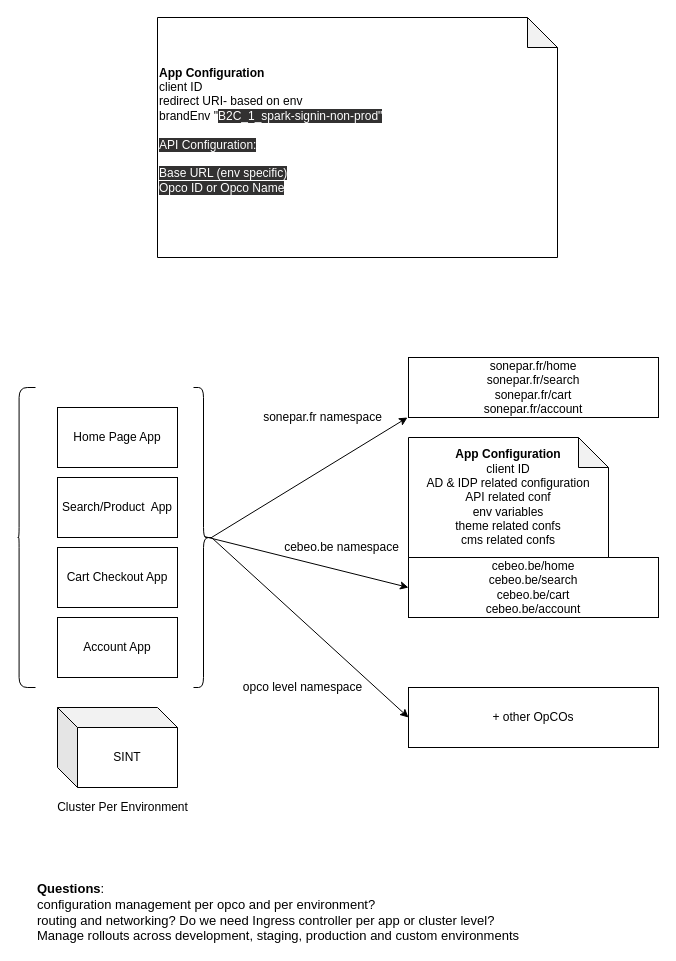
The draw.io diagram micro-fe.drawio in anoop-gupt/diagrams, before the edit. Source tidied: cells renumbered, new cells numbered last; positions are measured from the earlier drawing's top-left corner, leaving out a move shared by most shapes. Both pictures are drawn from the tidied source at 100%, with x=0, y=0 at pixel (17, 17).
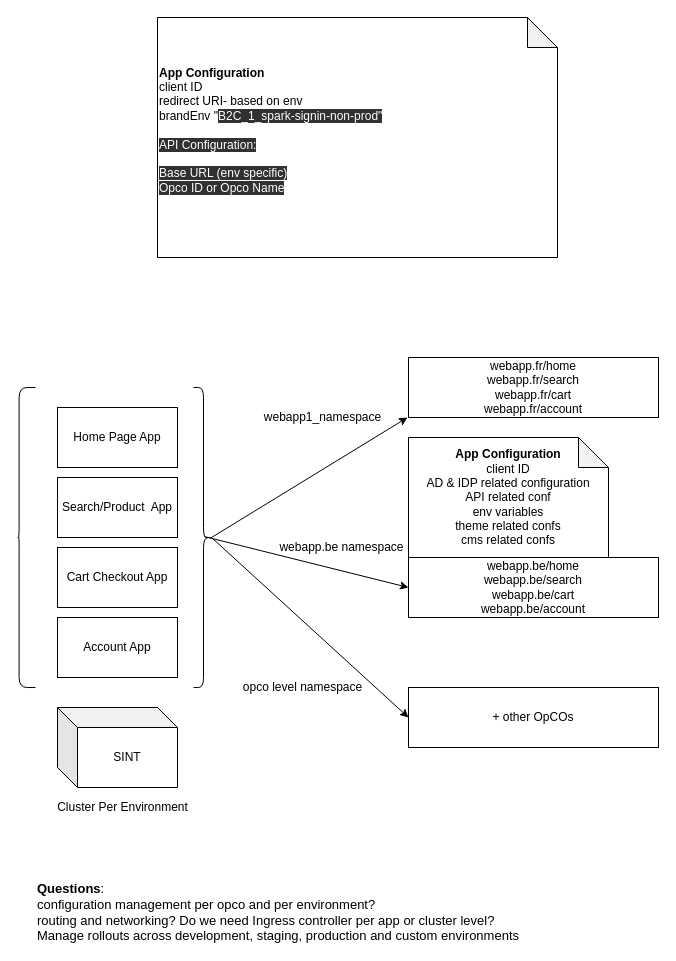
The same page after the edit.

What changed in the source:
```diff
@@
-    <mxCell id="6" value="sonepar.fr/home&lt;br&gt;sonepar.fr/search&lt;br&gt;sonepar.fr/cart&lt;br&gt;sonepar.fr/account" style="rounded=0;whiteSpace=wrap;html=1;" parent="1" vertex="1">
+    <mxCell id="6" value="webapp.fr/home&lt;br&gt;webapp.fr/search&lt;br&gt;webapp.fr/cart&lt;br&gt;webapp.fr/account" style="rounded=0;whiteSpace=wrap;html=1;" parent="1" vertex="1">
       <mxGeometry x="391" y="340" width="250" height="60" as="geometry" />
     </mxCell>
@@
-    <mxCell id="9" value="cebeo.be/home&lt;br&gt;cebeo.be/search&lt;br&gt;cebeo.be/cart&lt;br&gt;cebeo.be/account" style="rounded=0;whiteSpace=wrap;html=1;" parent="1" vertex="1">
+    <mxCell id="9" value="webapp.be/home&lt;br&gt;webapp.be/search&lt;br&gt;webapp.be/cart&lt;br&gt;webapp.be/account" style="rounded=0;whiteSpace=wrap;html=1;" parent="1" vertex="1">
       <mxGeometry x="391" y="540" width="250" height="60" as="geometry" />
     </mxCell>
@@
-    <mxCell id="16" value="sonepar.fr namespace" style="text;html=1;align=center;verticalAlign=middle;" parent="1" vertex="1">
+    <mxCell id="16" value="webapp1_namespace" style="text;html=1;align=center;verticalAlign=middle;" parent="1" vertex="1">
       <mxGeometry x="240" y="390" width="130" height="20" as="geometry" />
     </mxCell>
-    <mxCell id="17" value="cebeo.be namespace" style="text;html=1;align=center;verticalAlign=middle;" parent="1" vertex="1">
-      <mxGeometry x="259" y="520" width="130" height="20" as="geometry" />
+    <mxCell id="17" value="webapp.be namespace" style="text;html=1;align=center;verticalAlign=middle;" parent="1" vertex="1">
+      <mxGeometry x="254" y="520" width="140" height="20" as="geometry" />
     </mxCell>
```
